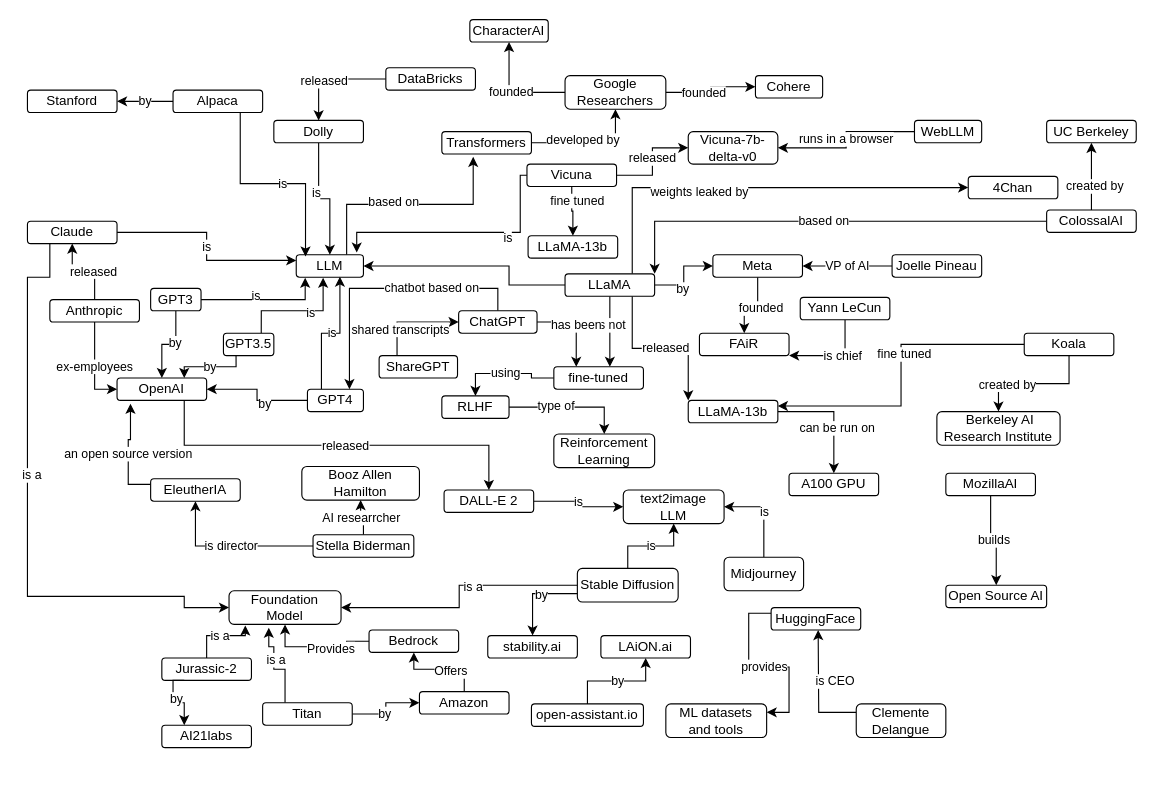
The draw.io diagram generativeAI.drawio in juananpe/generativeAI, before the edit. Source tidied: cells renumbered, new cells numbered last; positions are measured from the earlier drawing's top-left corner, leaving out a move shared by most shapes. Both pictures are drawn from the tidied source at 112%, with x=0, y=0 at pixel (27, 19).
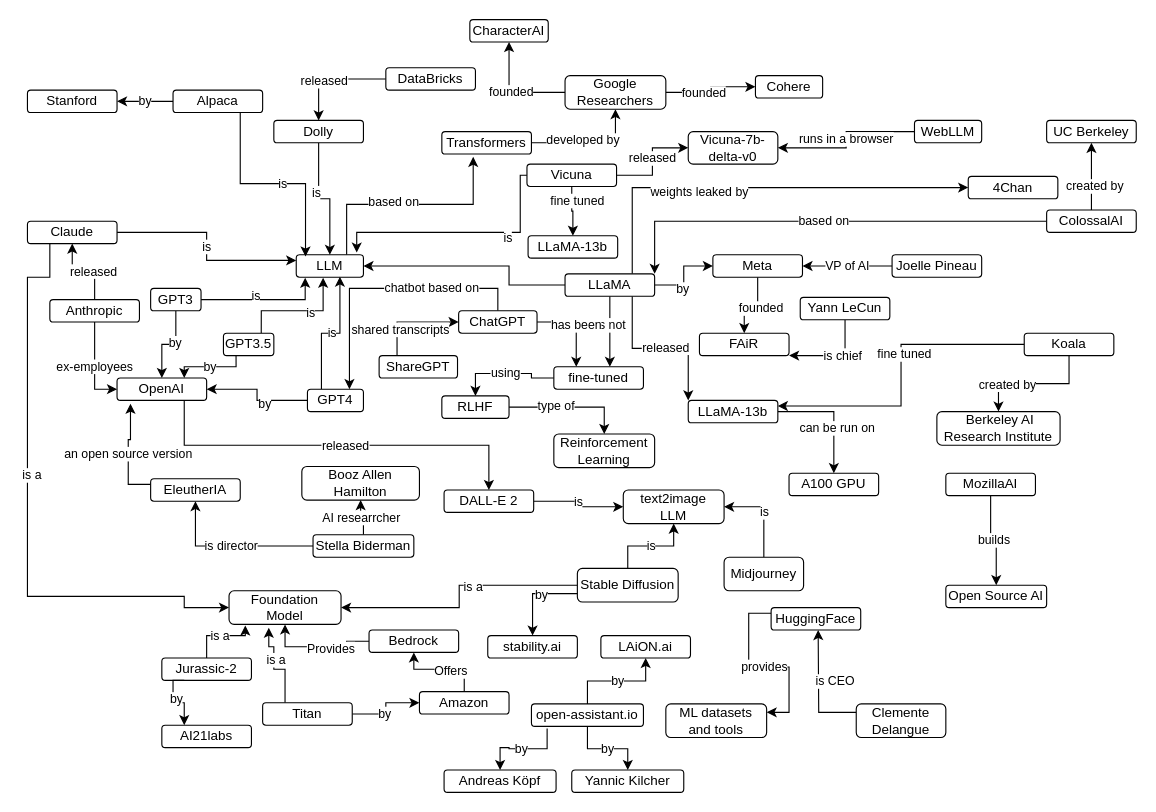
The same diagram, later.

Commit message:
Add team leaders of open-assistant

Unchanged cells that the change refers to:
```xml
<mxCell id="155" value="open-assistant.io" style="rounded=1;whiteSpace=wrap;html=1;" parent="1" vertex="1">
  <mxGeometry x="450" y="611" width="100" height="20" as="geometry" />
</mxCell>
```

What changed in the source:
```diff
@@
+    <mxCell id="156" value="by" style="edgeStyle=orthogonalEdgeStyle;rounded=0;jettySize=auto;html=1;exitX=0.14;exitY=1.1;exitDx=0;exitDy=0;exitPerimeter=0;" parent="1" edge="1" source="155" target="158">
+      <mxGeometry relative="1" as="geometry" />
+    </mxCell>
+    <mxCell id="157" value="by" style="edgeStyle=orthogonalEdgeStyle;rounded=0;jettySize=auto;html=1;exitX=0.5;exitY=1;exitDx=0;exitDy=0;" parent="1" edge="1" source="155" target="159">
+      <mxGeometry relative="1" as="geometry" />
+    </mxCell>
@@
+    <mxCell id="158" value="Andreas Köpf" style="rounded=1;whiteSpace=wrap;html=1;" parent="1" vertex="1">
+      <mxGeometry x="372" y="670" width="100" height="20" as="geometry" />
+    </mxCell>
+    <mxCell id="159" value="Yannic Kilcher" style="rounded=1;whiteSpace=wrap;html=1;" parent="1" vertex="1">
+      <mxGeometry x="486" y="670" width="100" height="20" as="geometry" />
+    </mxCell>
```
